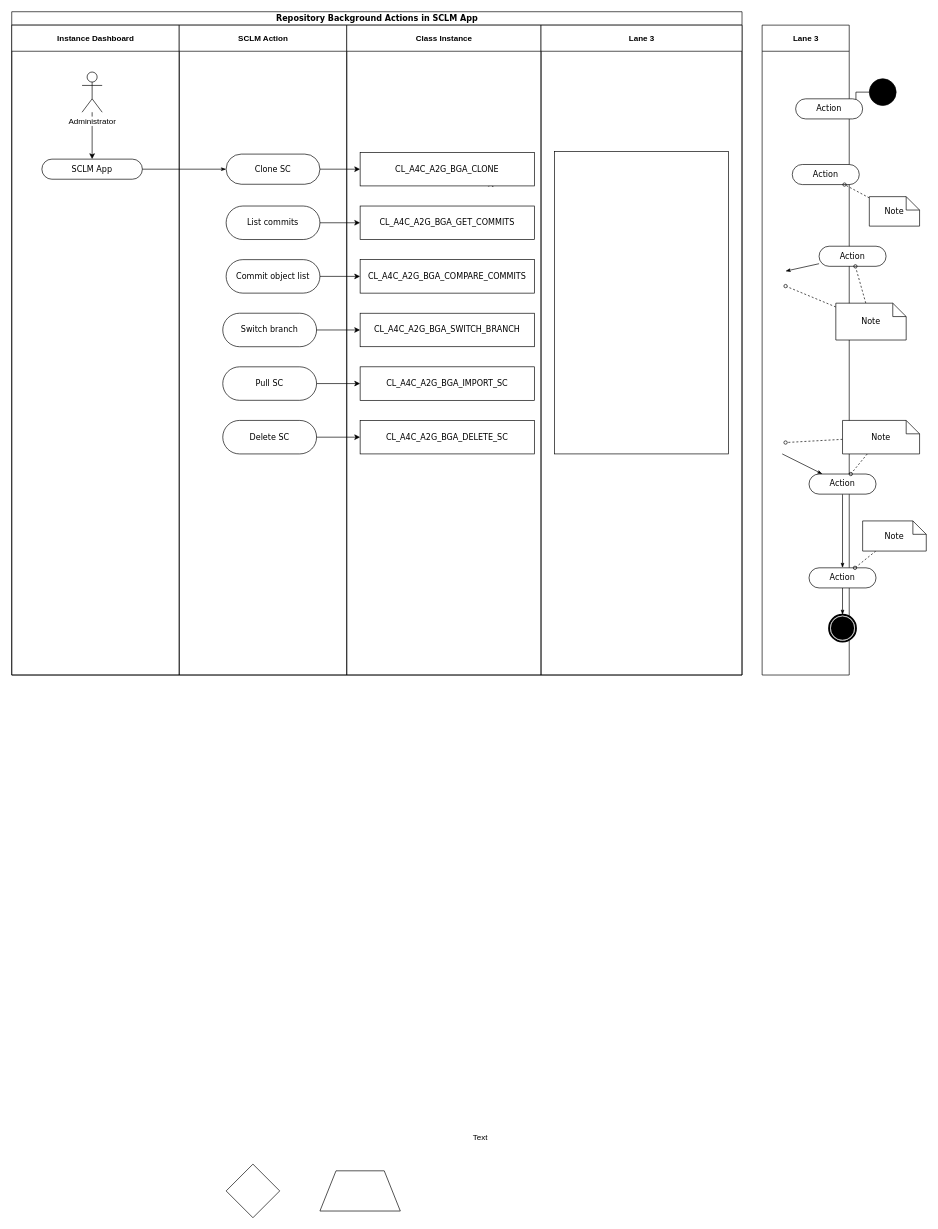
Before: Untitled Diagram.drawio in derev-o/home, a draw.io diagram. Source tidied: cells renumbered, new cells numbered last; positions are measured from the earlier drawing's top-left corner, leaving out a move shared by most shapes. Both pictures are drawn from the tidied source at 67%, with x=0, y=0 at pixel (11, 11).
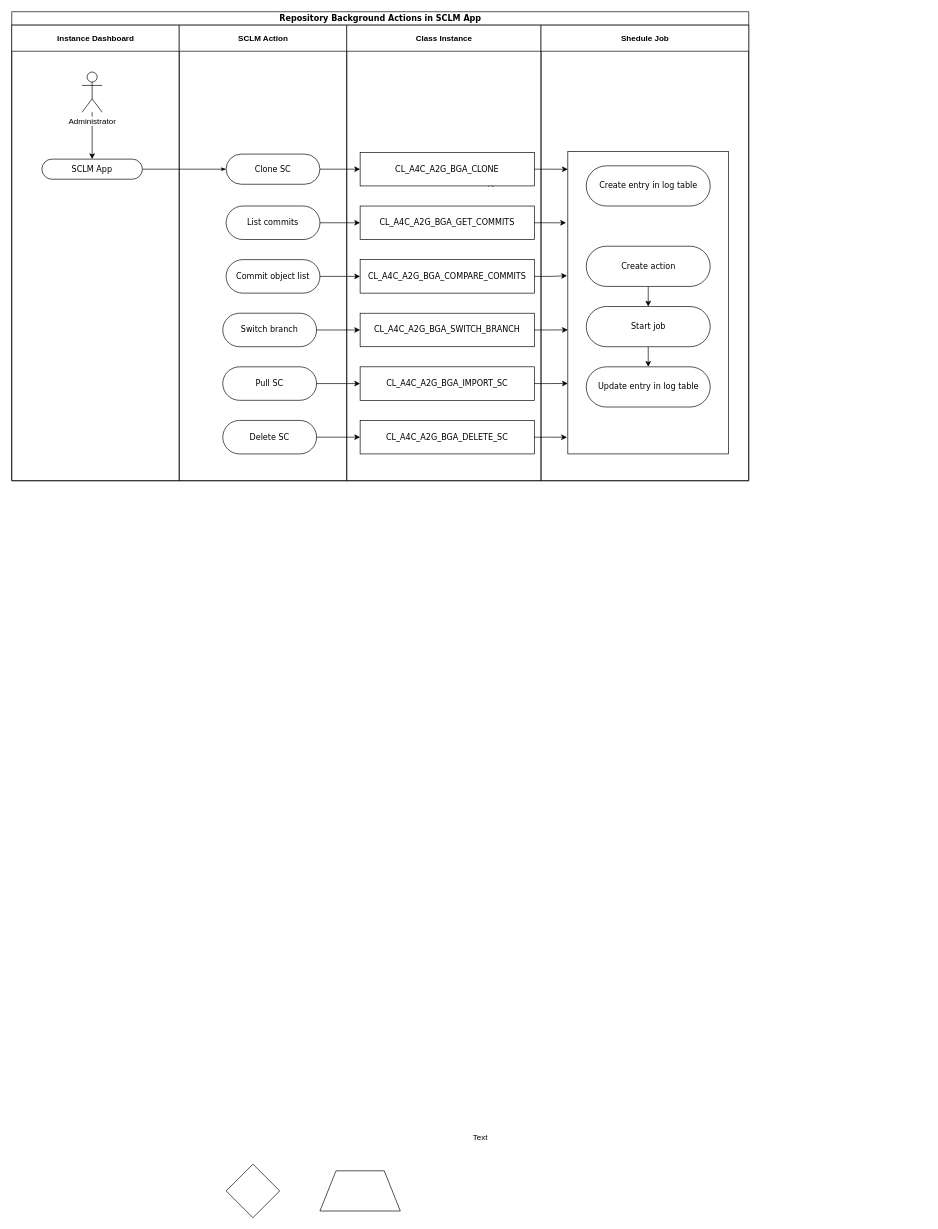
After the change.

Unchanged cells that the change refers to:
```xml
<mxCell id="19" value="CL_A4C_A2G_BGA_IMPORT_SC" style="rounded=0;whiteSpace=wrap;html=1;shadow=0;comic=0;labelBackgroundColor=none;strokeWidth=1;fontFamily=Verdana;fontSize=12;align=center;arcSize=50;" parent="17" vertex="1">
  <mxGeometry x="20" y="510" width="260" height="50" as="geometry" />
</mxCell>
<mxCell id="20" value="CL_A4C_A2G_BGA_GET_COMMITS" style="rounded=0;whiteSpace=wrap;html=1;shadow=0;comic=0;labelBackgroundColor=none;strokeWidth=1;fontFamily=Verdana;fontSize=12;align=center;arcSize=50;" parent="17" vertex="1">
  <mxGeometry x="20" y="270" width="260" height="50" as="geometry" />
</mxCell>
<mxCell id="21" value="CL_A4C_A2G_BGA_COMPARE_COMMITS" style="rounded=0;whiteSpace=wrap;html=1;shadow=0;comic=0;labelBackgroundColor=none;strokeWidth=1;fontFamily=Verdana;fontSize=12;align=center;arcSize=50;" parent="17" vertex="1">
  <mxGeometry x="20" y="350" width="260" height="50" as="geometry" />
</mxCell>
<mxCell id="22" value="CL_A4C_A2G_BGA_CLONE" style="rounded=0;whiteSpace=wrap;html=1;shadow=0;comic=0;labelBackgroundColor=none;strokeWidth=1;fontFamily=Verdana;fontSize=12;align=center;arcSize=50;" parent="17" vertex="1">
  <mxGeometry x="20" y="190" width="260" height="50" as="geometry" />
</mxCell>
<mxCell id="23" value="CL_A4C_A2G_BGA_SWITCH_BRANCH" style="rounded=0;whiteSpace=wrap;html=1;shadow=0;comic=0;labelBackgroundColor=none;strokeWidth=1;fontFamily=Verdana;fontSize=12;align=center;arcSize=50;" parent="17" vertex="1">
  <mxGeometry x="20" y="430" width="260" height="50" as="geometry" />
</mxCell>
<mxCell id="24" value="CL_A4C_A2G_BGA_DELETE_SC" style="rounded=0;whiteSpace=wrap;html=1;shadow=0;comic=0;labelBackgroundColor=none;strokeWidth=1;fontFamily=Verdana;fontSize=12;align=center;arcSize=50;" parent="17" vertex="1">
  <mxGeometry x="20" y="590" width="260" height="50" as="geometry" />
</mxCell>
```

Diff of the diagram source:
```diff
@@
     <mxCell id="5" value="Repository Background Actions in SCLM App" style="swimlane;html=1;startSize=20;rounded=0;shadow=0;comic=0;labelBackgroundColor=none;strokeWidth=1;fontFamily=Verdana;fontSize=12;align=center;" parent="1" vertex="1">
-      <mxGeometry width="1090" height="990" as="geometry" />
+      <mxGeometry width="1100" height="700" as="geometry" />
     </mxCell>
     <mxCell id="6" value="Instance Dashboard" style="swimlane;html=1;startSize=39;" parent="5" vertex="1">
-      <mxGeometry y="20" width="250" height="970" as="geometry" />
+      <mxGeometry y="20" width="250" height="680" as="geometry" />
     </mxCell>
@@
     <mxCell id="10" value="SCLM Action" style="swimlane;html=1;startSize=39;" parent="5" vertex="1">
-      <mxGeometry x="250" y="20" width="250" height="970" as="geometry" />
+      <mxGeometry x="250" y="20" width="250" height="680" as="geometry" />
     </mxCell>
@@
     <mxCell id="17" value="Class Instance" style="swimlane;html=1;startSize=39;" parent="5" vertex="1">
-      <mxGeometry x="500" y="20" width="290" height="970" as="geometry" />
+      <mxGeometry x="500" y="20" width="290" height="680" as="geometry" />
     </mxCell>
@@
-    <mxCell id="32" value="Lane 3" style="swimlane;html=1;startSize=39;" parent="5" vertex="1">
-      <mxGeometry x="790" y="20" width="300" height="970" as="geometry" />
+    <mxCell id="32" value="Shedule Job" style="swimlane;html=1;startSize=39;" parent="5" vertex="1">
+      <mxGeometry x="790" y="20" width="310" height="680" as="geometry" />
     </mxCell>
     <mxCell id="33" style="rounded=0;whiteSpace=wrap;html=1;" parent="32" vertex="1">
-      <mxGeometry x="20" y="188.5" width="260" height="451.5" as="geometry" />
+      <mxGeometry x="40" y="188.5" width="240" height="451.5" as="geometry" />
     </mxCell>
-    <mxCell id="34" value="Lane 3" style="swimlane;html=1;startSize=39;" parent="1" vertex="1">
-      <mxGeometry x="1120" y="20" width="130" height="970" as="geometry" />
-    </mxCell>
-    <mxCell id="35" style="edgeStyle=orthogonalEdgeStyle;rounded=0;html=1;labelBackgroundColor=none;startArrow=none;startFill=0;startSize=5;endArrow=classicThin;endFill=1;endSize=5;jettySize=auto;strokeWidth=1;fontFamily=Verdana;fontSize=12;" parent="34" edge="1" source="47" target="36">
-      <mxGeometry relative="1" as="geometry" />
-    </mxCell>
-    <mxCell id="36" value="Action" style="rounded=1;whiteSpace=wrap;html=1;shadow=0;comic=0;labelBackgroundColor=none;strokeWidth=1;fontFamily=Verdana;fontSize=12;align=center;arcSize=50;" parent="34" vertex="1">
-      <mxGeometry x="50" y="110" width="100" height="30" as="geometry" />
-    </mxCell>
-    <mxCell id="37" value="Action" style="rounded=1;whiteSpace=wrap;html=1;shadow=0;comic=0;labelBackgroundColor=none;strokeWidth=1;fontFamily=Verdana;fontSize=12;align=center;arcSize=50;" parent="34" vertex="1">
-      <mxGeometry x="45" y="208" width="100" height="30" as="geometry" />
+    <mxCell id="37" value="Create entry in log table" style="rounded=1;whiteSpace=wrap;html=1;shadow=0;comic=0;labelBackgroundColor=none;strokeWidth=1;fontFamily=Verdana;fontSize=12;align=center;arcSize=50;" parent="32" vertex="1">
+      <mxGeometry x="67.5" y="210" width="185" height="60" as="geometry" />
     </mxCell>
-    <mxCell id="38" style="edgeStyle=none;rounded=0;html=1;labelBackgroundColor=none;startArrow=none;startFill=0;startSize=5;endArrow=classicThin;endFill=1;endSize=5;jettySize=auto;strokeWidth=1;fontFamily=Verdana;fontSize=12;" parent="34" edge="1" source="39">
-      <mxGeometry relative="1" as="geometry">
-        <mxPoint x="35" y="367.2" as="targetPoint" />
-      </mxGeometry>
-    </mxCell>
-    <mxCell id="39" value="Action" style="rounded=1;whiteSpace=wrap;html=1;shadow=0;comic=0;labelBackgroundColor=none;strokeWidth=1;fontFamily=Verdana;fontSize=12;align=center;arcSize=50;" parent="34" vertex="1">
-      <mxGeometry x="85" y="330" width="100" height="30" as="geometry" />
-    </mxCell>
-    <mxCell id="40" style="edgeStyle=none;rounded=0;html=1;labelBackgroundColor=none;startArrow=none;startFill=0;startSize=5;endArrow=classicThin;endFill=1;endSize=5;jettySize=auto;strokeWidth=1;fontFamily=Verdana;fontSize=12;" parent="34" edge="1" target="42">
-      <mxGeometry relative="1" as="geometry">
-        <mxPoint x="30" y="640" as="sourcePoint" />
-      </mxGeometry>
-    </mxCell>
-    <mxCell id="41" style="edgeStyle=none;rounded=0;html=1;labelBackgroundColor=none;startArrow=none;startFill=0;startSize=5;endArrow=classicThin;endFill=1;endSize=5;jettySize=auto;strokeWidth=1;fontFamily=Verdana;fontSize=12;" parent="34" edge="1" source="42" target="44">
-      <mxGeometry relative="1" as="geometry" />
-    </mxCell>
-    <mxCell id="42" value="Action" style="rounded=1;whiteSpace=wrap;html=1;shadow=0;comic=0;labelBackgroundColor=none;strokeWidth=1;fontFamily=Verdana;fontSize=12;align=center;arcSize=50;" parent="34" vertex="1">
-      <mxGeometry x="70" y="670" width="100" height="30" as="geometry" />
-    </mxCell>
-    <mxCell id="43" style="edgeStyle=none;rounded=0;html=1;labelBackgroundColor=none;startArrow=none;startFill=0;startSize=5;endArrow=classicThin;endFill=1;endSize=5;jettySize=auto;strokeWidth=1;fontFamily=Verdana;fontSize=12;" parent="34" edge="1" source="44" target="45">
-      <mxGeometry relative="1" as="geometry" />
-    </mxCell>
-    <mxCell id="44" value="Action" style="rounded=1;whiteSpace=wrap;html=1;shadow=0;comic=0;labelBackgroundColor=none;strokeWidth=1;fontFamily=Verdana;fontSize=12;align=center;arcSize=50;" parent="34" vertex="1">
-      <mxGeometry x="70" y="810" width="100" height="30" as="geometry" />
-    </mxCell>
-    <mxCell id="45" style="shape=mxgraph.bpmn.shape;html=1;verticalLabelPosition=bottom;labelBackgroundColor=#ffffff;verticalAlign=top;perimeter=ellipsePerimeter;outline=end;symbol=terminate;rounded=0;shadow=0;comic=0;strokeWidth=1;fontFamily=Verdana;fontSize=12;align=center;" parent="34" vertex="1">
-      <mxGeometry x="100" y="880" width="40" height="40" as="geometry" />
-    </mxCell>
-    <mxCell id="46" style="edgeStyle=none;rounded=0;html=1;dashed=1;labelBackgroundColor=none;startArrow=none;startFill=0;startSize=5;endArrow=oval;endFill=0;endSize=5;jettySize=auto;strokeWidth=1;fontFamily=Verdana;fontSize=12;" parent="34" edge="1" source="48" target="37">
-      <mxGeometry relative="1" as="geometry" />
-    </mxCell>
-    <mxCell id="47" style="ellipse;whiteSpace=wrap;html=1;rounded=0;shadow=0;comic=0;labelBackgroundColor=none;strokeWidth=1;fillColor=#000000;fontFamily=Verdana;fontSize=12;align=center;" parent="34" vertex="1">
-      <mxGeometry x="160" y="80" width="40" height="40" as="geometry" />
-    </mxCell>
-    <mxCell id="48" value="Note" style="shape=note;whiteSpace=wrap;html=1;rounded=0;shadow=0;comic=0;labelBackgroundColor=none;strokeWidth=1;fontFamily=Verdana;fontSize=12;align=center;size=20;" parent="34" vertex="1">
-      <mxGeometry x="160" y="256" width="75" height="44" as="geometry" />
-    </mxCell>
-    <mxCell id="49" style="edgeStyle=none;rounded=0;html=1;dashed=1;labelBackgroundColor=none;startArrow=none;startFill=0;startSize=5;endArrow=oval;endFill=0;endSize=5;jettySize=auto;strokeWidth=1;fontFamily=Verdana;fontSize=12;" parent="34" edge="1" source="51" target="39">
-      <mxGeometry relative="1" as="geometry" />
-    </mxCell>
-    <mxCell id="50" style="edgeStyle=none;rounded=0;html=1;dashed=1;labelBackgroundColor=none;startArrow=none;startFill=0;startSize=5;endArrow=oval;endFill=0;endSize=5;jettySize=auto;strokeWidth=1;fontFamily=Verdana;fontSize=12;" parent="34" edge="1" source="51">
-      <mxGeometry relative="1" as="geometry">
-        <mxPoint x="35" y="389.5" as="targetPoint" />
-      </mxGeometry>
-    </mxCell>
-    <mxCell id="51" value="Note" style="shape=note;whiteSpace=wrap;html=1;rounded=0;shadow=0;comic=0;labelBackgroundColor=none;strokeWidth=1;fontFamily=Verdana;fontSize=12;align=center;size=20;" parent="34" vertex="1">
-      <mxGeometry x="110" y="415" width="105" height="55" as="geometry" />
-    </mxCell>
-    <mxCell id="52" style="edgeStyle=none;rounded=0;html=1;dashed=1;labelBackgroundColor=none;startArrow=none;startFill=0;startSize=5;endArrow=oval;endFill=0;endSize=5;jettySize=auto;strokeWidth=1;fontFamily=Verdana;fontSize=12;" parent="34" edge="1" source="54" target="42">
-      <mxGeometry relative="1" as="geometry" />
-    </mxCell>
-    <mxCell id="53" style="edgeStyle=none;rounded=0;html=1;dashed=1;labelBackgroundColor=none;startArrow=none;startFill=0;startSize=5;endArrow=oval;endFill=0;endSize=5;jettySize=auto;strokeWidth=1;fontFamily=Verdana;fontSize=12;" parent="34" edge="1" source="54">
-      <mxGeometry relative="1" as="geometry">
-        <mxPoint x="35" y="623" as="targetPoint" />
-      </mxGeometry>
-    </mxCell>
-    <mxCell id="54" value="Note" style="shape=note;whiteSpace=wrap;html=1;rounded=0;shadow=0;comic=0;labelBackgroundColor=none;strokeWidth=1;fontFamily=Verdana;fontSize=12;align=center;size=20;" parent="34" vertex="1">
-      <mxGeometry x="120" y="590" width="115" height="50" as="geometry" />
-    </mxCell>
-    <mxCell id="55" style="edgeStyle=none;rounded=0;html=1;dashed=1;labelBackgroundColor=none;startArrow=none;startFill=0;startSize=5;endArrow=oval;endFill=0;endSize=5;jettySize=auto;strokeWidth=1;fontFamily=Verdana;fontSize=12;" parent="34" edge="1" source="56" target="44">
-      <mxGeometry relative="1" as="geometry" />
-    </mxCell>
-    <mxCell id="56" value="Note" style="shape=note;whiteSpace=wrap;html=1;rounded=0;shadow=0;comic=0;labelBackgroundColor=none;strokeWidth=1;fontFamily=Verdana;fontSize=12;align=center;size=20;" parent="34" vertex="1">
-      <mxGeometry x="150" y="740" width="95" height="45" as="geometry" />
-    </mxCell>
+    <mxCell id="57" style="edgeStyle=orthogonalEdgeStyle;rounded=0;jettySize=auto;html=1;exitX=0.5;exitY=1;exitDx=0;exitDy=0;entryX=0.5;entryY=0;entryDx=0;entryDy=0;" parent="32" edge="1" source="58" target="60">
+      <mxGeometry relative="1" as="geometry" />
+    </mxCell>
+    <mxCell id="58" value="Create action" style="rounded=1;whiteSpace=wrap;html=1;shadow=0;comic=0;labelBackgroundColor=none;strokeWidth=1;fontFamily=Verdana;fontSize=12;align=center;arcSize=50;" parent="32" vertex="1">
+      <mxGeometry x="67.5" y="330" width="185" height="60" as="geometry" />
+    </mxCell>
+    <mxCell id="59" style="edgeStyle=orthogonalEdgeStyle;rounded=0;jettySize=auto;html=1;exitX=0.5;exitY=1;exitDx=0;exitDy=0;entryX=0.5;entryY=0;entryDx=0;entryDy=0;" parent="32" edge="1" source="60" target="61">
+      <mxGeometry relative="1" as="geometry" />
+    </mxCell>
+    <mxCell id="60" value="Start job" style="rounded=1;whiteSpace=wrap;html=1;shadow=0;comic=0;labelBackgroundColor=none;strokeWidth=1;fontFamily=Verdana;fontSize=12;align=center;arcSize=50;" parent="32" vertex="1">
+      <mxGeometry x="67.5" y="420" width="185" height="60" as="geometry" />
+    </mxCell>
+    <mxCell id="61" value="Update entry in log table" style="rounded=1;whiteSpace=wrap;html=1;shadow=0;comic=0;labelBackgroundColor=none;strokeWidth=1;fontFamily=Verdana;fontSize=12;align=center;arcSize=50;" parent="32" vertex="1">
+      <mxGeometry x="67.5" y="510" width="185" height="60" as="geometry" />
+    </mxCell>
+    <mxCell id="62" style="edgeStyle=orthogonalEdgeStyle;rounded=0;jettySize=auto;html=1;exitX=1;exitY=0.5;exitDx=0;exitDy=0;entryX=0;entryY=0.059;entryDx=0;entryDy=0;entryPerimeter=0;" parent="5" edge="1" source="22" target="33">
+      <mxGeometry relative="1" as="geometry" />
+    </mxCell>
+    <mxCell id="63" style="edgeStyle=orthogonalEdgeStyle;rounded=0;jettySize=auto;html=1;exitX=1;exitY=0.5;exitDx=0;exitDy=0;entryX=-0.011;entryY=0.236;entryDx=0;entryDy=0;entryPerimeter=0;" parent="5" edge="1" source="20" target="33">
+      <mxGeometry relative="1" as="geometry" />
+    </mxCell>
+    <mxCell id="64" style="edgeStyle=orthogonalEdgeStyle;rounded=0;jettySize=auto;html=1;exitX=1;exitY=0.5;exitDx=0;exitDy=0;entryX=-0.005;entryY=0.411;entryDx=0;entryDy=0;entryPerimeter=0;" parent="5" edge="1" source="21" target="33">
+      <mxGeometry relative="1" as="geometry" />
+    </mxCell>
+    <mxCell id="65" style="edgeStyle=orthogonalEdgeStyle;rounded=0;jettySize=auto;html=1;exitX=1;exitY=0.5;exitDx=0;exitDy=0;entryX=0;entryY=0.59;entryDx=0;entryDy=0;entryPerimeter=0;" parent="5" edge="1" source="23" target="33">
+      <mxGeometry relative="1" as="geometry" />
+    </mxCell>
+    <mxCell id="66" style="edgeStyle=orthogonalEdgeStyle;rounded=0;jettySize=auto;html=1;exitX=1;exitY=0.5;exitDx=0;exitDy=0;entryX=0;entryY=0.767;entryDx=0;entryDy=0;entryPerimeter=0;" parent="5" edge="1" source="19" target="33">
+      <mxGeometry relative="1" as="geometry" />
+    </mxCell>
+    <mxCell id="67" style="edgeStyle=orthogonalEdgeStyle;rounded=0;jettySize=auto;html=1;exitX=1;exitY=0.5;exitDx=0;exitDy=0;entryX=-0.005;entryY=0.945;entryDx=0;entryDy=0;entryPerimeter=0;" parent="5" edge="1" source="24" target="33">
+      <mxGeometry relative="1" as="geometry" />
+    </mxCell>
```
